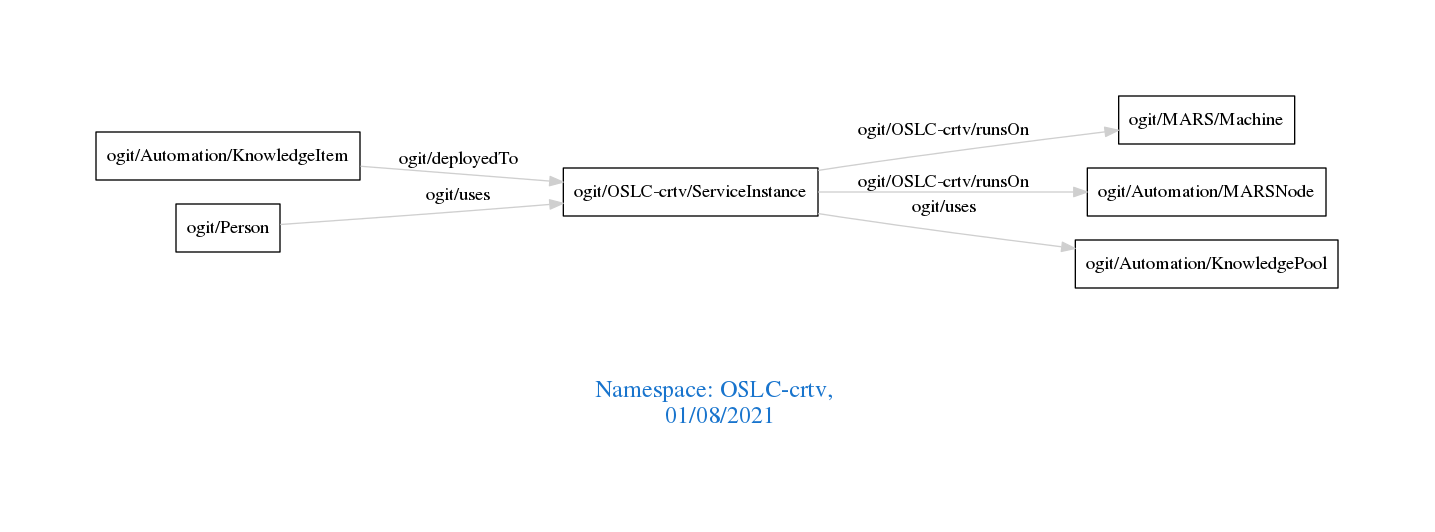
This is downloads/OSLC-crtv.png from arago/OGIT, a Graphviz export, as it was before one commit. Its source is kept beside it as downloads/OSLC-crtv.dot.
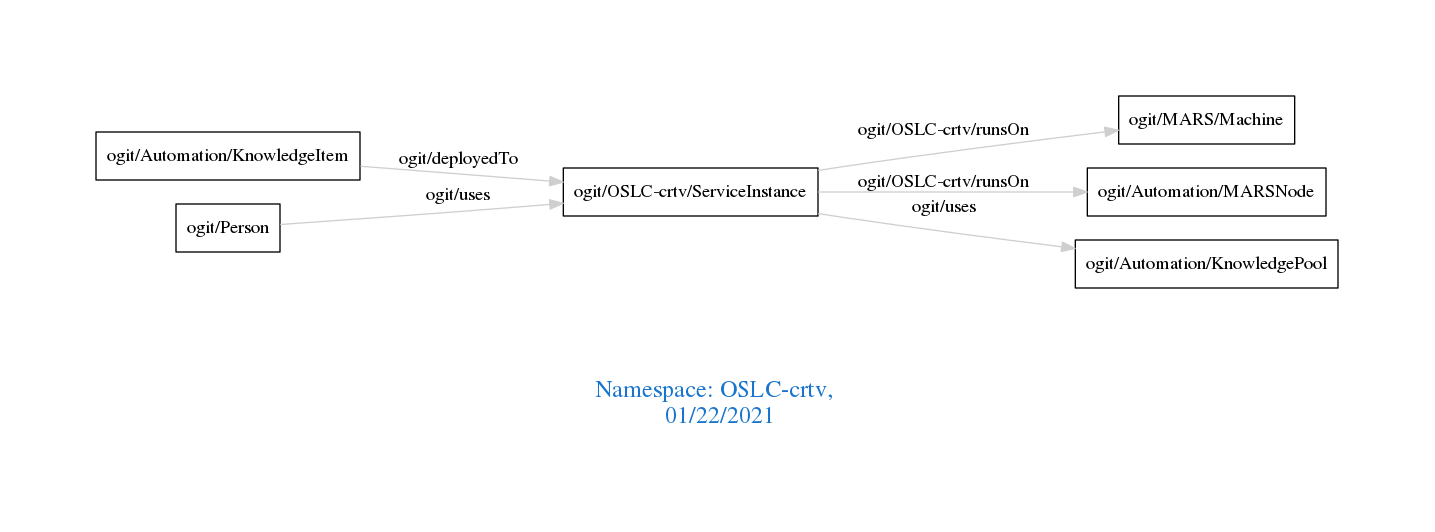
Above is the later version.

The edit, as a diff of the source:
```diff
@@ -1,7 +1,7 @@
 digraph OGIT_ontology {
  graph [ rankdir= LR,pad=1
 fontsize = 18,
-fontcolor= dodgerblue3,label = "\n\n\nNamespace: OSLC-crtv, \n 01/08/2021"];
+fontcolor= dodgerblue3,label = "\n\n\nNamespace: OSLC-crtv, \n 01/22/2021"];
 node[shape=polygon];
 edge [  color="gray81"];
 
```
